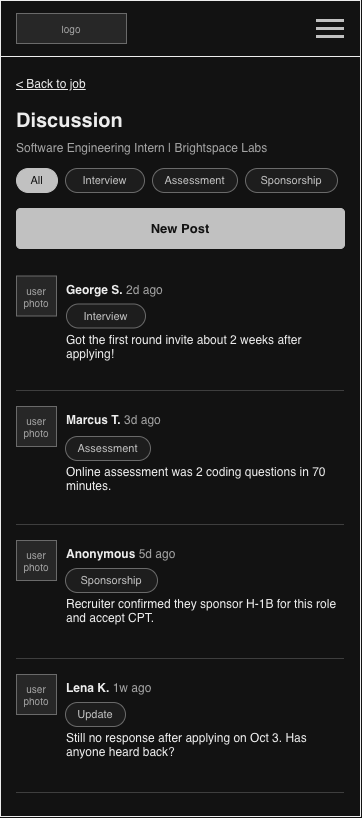
The draw.io diagram ux-design/wireframes-13-job-discussion.drawio.png in agile-students-fall2026/CareerHive, before a commit. Source tidied: cells renumbered, new cells last; positions are measured from the earlier drawing's top-left corner, leaving out a move shared by most shapes.
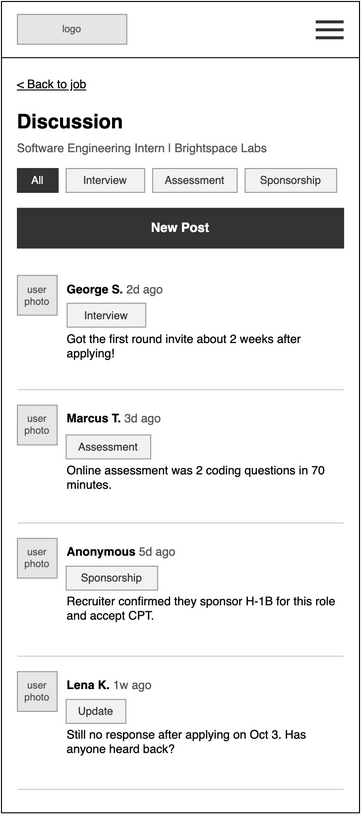
After the commit.

What changed in the source:
```diff
@@ -17,31 +17,31 @@
     <mxCell id="6" style="html=1;whiteSpace=wrap;fontFamily=Helvetica;rounded=0;fillColor=#333333;strokeColor=none;" parent="1" vertex="1">
       <mxGeometry x="316" y="35" width="28" height="3" as="geometry" />
     </mxCell>
-    <mxCell id="7" style="html=1;whiteSpace=wrap;fontFamily=Helvetica;fillColor=#000000;strokeColor=none;" parent="1" vertex="1">
+    <mxCell id="7" style="html=1;whiteSpace=wrap;fontFamily=Helvetica;fillColor=#000000;strokeColor=none;rounded=0;" parent="1" vertex="1">
       <mxGeometry y="56" width="360" height="1" as="geometry" />
     </mxCell>
-    <mxCell id="8" value="&amp;lt; Back to job" style="html=1;whiteSpace=wrap;fontFamily=Helvetica;text;strokeColor=none;fillColor=none;spacing=0;overflow=visible;fontSize=12;fontStyle=4;fontColor=#000000;align=left;verticalAlign=top;" parent="1" vertex="1">
+    <mxCell id="8" value="&amp;lt; Back to job" style="html=1;whiteSpace=wrap;fontFamily=Helvetica;text;strokeColor=none;fillColor=none;spacing=0;overflow=visible;fontSize=12;fontStyle=4;fontColor=#000000;align=left;verticalAlign=top;rounded=0;" parent="1" vertex="1">
       <mxGeometry x="16" y="72" width="200" height="16" as="geometry" />
     </mxCell>
-    <mxCell id="9" value="Discussion" style="html=1;whiteSpace=wrap;fontFamily=Helvetica;text;strokeColor=none;fillColor=none;spacing=0;overflow=visible;fontSize=20;fontStyle=1;fontColor=#000000;align=left;verticalAlign=top;" parent="1" vertex="1">
+    <mxCell id="9" value="Discussion" style="html=1;whiteSpace=wrap;fontFamily=Helvetica;text;strokeColor=none;fillColor=none;spacing=0;overflow=visible;fontSize=20;fontStyle=1;fontColor=#000000;align=left;verticalAlign=top;rounded=0;" parent="1" vertex="1">
       <mxGeometry x="16" y="104" width="328" height="28" as="geometry" />
     </mxCell>
-    <mxCell id="10" value="Software Engineering Intern | Brightspace Labs" style="html=1;whiteSpace=wrap;fontFamily=Helvetica;text;strokeColor=none;fillColor=none;spacing=0;overflow=visible;fontSize=12;fontStyle=0;fontColor=#555555;align=left;verticalAlign=top;" parent="1" vertex="1">
+    <mxCell id="10" value="Software Engineering Intern | Brightspace Labs" style="html=1;whiteSpace=wrap;fontFamily=Helvetica;text;strokeColor=none;fillColor=none;spacing=0;overflow=visible;fontSize=12;fontStyle=0;fontColor=#555555;align=left;verticalAlign=top;rounded=0;" parent="1" vertex="1">
       <mxGeometry x="16" y="136" width="328" height="16" as="geometry" />
     </mxCell>
-    <mxCell id="11" value="All" style="html=1;whiteSpace=wrap;fontFamily=Helvetica;rounded=1;arcSize=50;fontSize=11;fillColor=#333333;strokeColor=#333333;fontColor=#FFFFFF;" parent="1" vertex="1">
+    <mxCell id="11" value="All" style="html=1;whiteSpace=wrap;fontFamily=Helvetica;rounded=0;arcSize=0;fontSize=11;fillColor=#333333;strokeColor=#333333;fontColor=#FFFFFF;" parent="1" vertex="1">
       <mxGeometry x="16" y="168" width="41" height="24" as="geometry" />
     </mxCell>
-    <mxCell id="12" value="Interview" style="html=1;whiteSpace=wrap;fontFamily=Helvetica;rounded=1;arcSize=50;fontSize=11;fillColor=#F2F2F2;strokeColor=#999999;fontColor=#333333;" parent="1" vertex="1">
+    <mxCell id="12" value="Interview" style="html=1;whiteSpace=wrap;fontFamily=Helvetica;rounded=0;arcSize=0;fontSize=11;fillColor=#F2F2F2;strokeColor=#999999;fontColor=#333333;" parent="1" vertex="1">
       <mxGeometry x="65" y="168" width="79" height="24" as="geometry" />
     </mxCell>
-    <mxCell id="13" value="Assessment" style="html=1;whiteSpace=wrap;fontFamily=Helvetica;rounded=1;arcSize=50;fontSize=11;fillColor=#F2F2F2;strokeColor=#999999;fontColor=#333333;" parent="1" vertex="1">
+    <mxCell id="13" value="Assessment" style="html=1;whiteSpace=wrap;fontFamily=Helvetica;rounded=0;arcSize=0;fontSize=11;fillColor=#F2F2F2;strokeColor=#999999;fontColor=#333333;" parent="1" vertex="1">
       <mxGeometry x="152" y="168" width="85" height="24" as="geometry" />
     </mxCell>
-    <mxCell id="14" value="Sponsorship" style="html=1;whiteSpace=wrap;fontFamily=Helvetica;rounded=1;arcSize=50;fontSize=11;fillColor=#F2F2F2;strokeColor=#999999;fontColor=#333333;" parent="1" vertex="1">
+    <mxCell id="14" value="Sponsorship" style="html=1;whiteSpace=wrap;fontFamily=Helvetica;rounded=0;arcSize=0;fontSize=11;fillColor=#F2F2F2;strokeColor=#999999;fontColor=#333333;" parent="1" vertex="1">
       <mxGeometry x="245" y="168" width="92" height="24" as="geometry" />
     </mxCell>
-    <mxCell id="15" value="New Post" style="html=1;whiteSpace=wrap;fontFamily=Helvetica;rounded=1;arcSize=10;fontSize=13;fontStyle=1;fillColor=#333333;strokeColor=#333333;fontColor=#FFFFFF;" parent="1" vertex="1">
+    <mxCell id="15" value="New Post" style="html=1;whiteSpace=wrap;fontFamily=Helvetica;rounded=0;arcSize=0;fontSize=13;fontStyle=1;fillColor=#333333;strokeColor=#333333;fontColor=#FFFFFF;" parent="1" vertex="1">
       <mxGeometry x="16" y="208" width="328" height="40" as="geometry" />
     </mxCell>
     <mxCell id="16" style="html=1;whiteSpace=wrap;fontFamily=Helvetica;rounded=0;fillColor=#CCCCCC;strokeColor=none;" parent="1" vertex="1">
@@ -50,13 +50,13 @@
     <mxCell id="17" value="user photo" style="html=1;whiteSpace=wrap;fontFamily=Helvetica;rounded=0;fillColor=#E6E6E6;strokeColor=#999999;fontColor=#555555;fontSize=10;" parent="1" vertex="1">
       <mxGeometry x="16" y="406" width="40" height="40" as="geometry" />
     </mxCell>
-    <mxCell id="18" value="&lt;b&gt;Marcus T.&lt;/b&gt;&lt;font color=&quot;#555555&quot;&gt;&amp;nbsp;3d ago&lt;/font&gt;" style="html=1;whiteSpace=wrap;fontFamily=Helvetica;text;strokeColor=none;fillColor=none;spacing=0;overflow=visible;fontSize=12;fontStyle=0;fontColor=#000000;align=left;verticalAlign=top;" parent="1" vertex="1">
+    <mxCell id="18" value="&lt;b&gt;Marcus T.&lt;/b&gt;&lt;font color=&quot;#555555&quot;&gt;&amp;nbsp;3d ago&lt;/font&gt;" style="html=1;whiteSpace=wrap;fontFamily=Helvetica;text;strokeColor=none;fillColor=none;spacing=0;overflow=visible;fontSize=12;fontStyle=0;fontColor=#000000;align=left;verticalAlign=top;rounded=0;" parent="1" vertex="1">
       <mxGeometry x="66" y="408" width="200" height="16" as="geometry" />
     </mxCell>
-    <mxCell id="19" value="Assessment" style="html=1;whiteSpace=wrap;fontFamily=Helvetica;rounded=1;arcSize=50;fontSize=11;fillColor=#F2F2F2;strokeColor=#999999;fontColor=#333333;" parent="1" vertex="1">
+    <mxCell id="19" value="Assessment" style="html=1;whiteSpace=wrap;fontFamily=Helvetica;rounded=0;arcSize=0;fontSize=11;fillColor=#F2F2F2;strokeColor=#999999;fontColor=#333333;" parent="1" vertex="1">
       <mxGeometry x="65" y="436" width="85" height="24" as="geometry" />
     </mxCell>
-    <mxCell id="20" value="Online assessment was 2 coding questions in 70 minutes." style="html=1;whiteSpace=wrap;fontFamily=Helvetica;text;strokeColor=none;fillColor=none;spacing=0;overflow=visible;fontSize=12;fontStyle=0;fontColor=#000000;align=left;verticalAlign=top;" parent="1" vertex="1">
+    <mxCell id="20" value="Online assessment was 2 coding questions in 70 minutes." style="html=1;whiteSpace=wrap;fontFamily=Helvetica;text;strokeColor=none;fillColor=none;spacing=0;overflow=visible;fontSize=12;fontStyle=0;fontColor=#000000;align=left;verticalAlign=top;rounded=0;" parent="1" vertex="1">
       <mxGeometry x="66" y="460" width="278" height="54" as="geometry" />
     </mxCell>
     <mxCell id="21" style="html=1;whiteSpace=wrap;fontFamily=Helvetica;rounded=0;fillColor=#CCCCCC;strokeColor=none;" parent="1" vertex="1">
@@ -65,13 +65,13 @@
     <mxCell id="22" value="user photo" style="html=1;whiteSpace=wrap;fontFamily=Helvetica;rounded=0;fillColor=#E6E6E6;strokeColor=#999999;fontColor=#555555;fontSize=10;" parent="1" vertex="1">
       <mxGeometry x="16" y="540" width="40" height="40" as="geometry" />
     </mxCell>
-    <mxCell id="23" value="&lt;b&gt;Anonymous&lt;/b&gt;&lt;font color=&quot;#555555&quot;&gt;&amp;nbsp;5d ago&lt;/font&gt;" style="html=1;whiteSpace=wrap;fontFamily=Helvetica;text;strokeColor=none;fillColor=none;spacing=0;overflow=visible;fontSize=12;fontStyle=0;fontColor=#000000;align=left;verticalAlign=top;" parent="1" vertex="1">
+    <mxCell id="23" value="&lt;b&gt;Anonymous&lt;/b&gt;&lt;font color=&quot;#555555&quot;&gt;&amp;nbsp;5d ago&lt;/font&gt;" style="html=1;whiteSpace=wrap;fontFamily=Helvetica;text;strokeColor=none;fillColor=none;spacing=0;overflow=visible;fontSize=12;fontStyle=0;fontColor=#000000;align=left;verticalAlign=top;rounded=0;" parent="1" vertex="1">
       <mxGeometry x="66" y="542" width="200" height="16" as="geometry" />
     </mxCell>
-    <mxCell id="24" value="Sponsorship" style="html=1;whiteSpace=wrap;fontFamily=Helvetica;rounded=1;arcSize=50;fontSize=11;fillColor=#F2F2F2;strokeColor=#999999;fontColor=#333333;" parent="1" vertex="1">
+    <mxCell id="24" value="Sponsorship" style="html=1;whiteSpace=wrap;fontFamily=Helvetica;rounded=0;arcSize=0;fontSize=11;fillColor=#F2F2F2;strokeColor=#999999;fontColor=#333333;" parent="1" vertex="1">
       <mxGeometry x="65" y="568" width="92" height="24" as="geometry" />
     </mxCell>
-    <mxCell id="25" value="Recruiter confirmed they sponsor H-1B for this role and accept CPT." style="html=1;whiteSpace=wrap;fontFamily=Helvetica;text;strokeColor=none;fillColor=none;spacing=0;overflow=visible;fontSize=12;fontStyle=0;fontColor=#000000;align=left;verticalAlign=top;" parent="1" vertex="1">
+    <mxCell id="25" value="Recruiter confirmed they sponsor H-1B for this role and accept CPT." style="html=1;whiteSpace=wrap;fontFamily=Helvetica;text;strokeColor=none;fillColor=none;spacing=0;overflow=visible;fontSize=12;fontStyle=0;fontColor=#000000;align=left;verticalAlign=top;rounded=0;" parent="1" vertex="1">
       <mxGeometry x="66" y="592" width="278" height="54" as="geometry" />
     </mxCell>
     <mxCell id="26" style="html=1;whiteSpace=wrap;fontFamily=Helvetica;rounded=0;fillColor=#CCCCCC;strokeColor=none;" parent="1" vertex="1">
@@ -80,13 +80,13 @@
     <mxCell id="27" value="user photo" style="html=1;whiteSpace=wrap;fontFamily=Helvetica;rounded=0;fillColor=#E6E6E6;strokeColor=#999999;fontColor=#555555;fontSize=10;" parent="1" vertex="1">
       <mxGeometry x="16" y="674" width="40" height="40" as="geometry" />
     </mxCell>
-    <mxCell id="28" value="&lt;b&gt;Lena K.&lt;/b&gt; &lt;font color=&quot;#555555&quot;&gt;1w ago&lt;/font&gt;" style="html=1;whiteSpace=wrap;fontFamily=Helvetica;text;strokeColor=none;fillColor=none;spacing=0;overflow=visible;fontSize=12;fontStyle=0;fontColor=#000000;align=left;verticalAlign=top;" parent="1" vertex="1">
+    <mxCell id="28" value="&lt;b&gt;Lena K.&lt;/b&gt; &lt;font color=&quot;#555555&quot;&gt;1w ago&lt;/font&gt;" style="html=1;whiteSpace=wrap;fontFamily=Helvetica;text;strokeColor=none;fillColor=none;spacing=0;overflow=visible;fontSize=12;fontStyle=0;fontColor=#000000;align=left;verticalAlign=top;rounded=0;" parent="1" vertex="1">
       <mxGeometry x="66" y="676" width="200" height="16" as="geometry" />
     </mxCell>
-    <mxCell id="29" value="Update" style="html=1;whiteSpace=wrap;fontFamily=Helvetica;rounded=1;arcSize=50;fontSize=11;fillColor=#F2F2F2;strokeColor=#999999;fontColor=#333333;" parent="1" vertex="1">
+    <mxCell id="29" value="Update" style="html=1;whiteSpace=wrap;fontFamily=Helvetica;rounded=0;arcSize=0;fontSize=11;fillColor=#F2F2F2;strokeColor=#999999;fontColor=#333333;" parent="1" vertex="1">
       <mxGeometry x="65" y="702" width="60" height="24" as="geometry" />
     </mxCell>
-    <mxCell id="30" value="Still no response after applying on Oct 3. Has anyone heard back?" style="html=1;whiteSpace=wrap;fontFamily=Helvetica;text;strokeColor=none;fillColor=none;spacing=0;overflow=visible;fontSize=12;fontStyle=0;fontColor=#000000;align=left;verticalAlign=top;" parent="1" vertex="1">
+    <mxCell id="30" value="Still no response after applying on Oct 3. Has anyone heard back?" style="html=1;whiteSpace=wrap;fontFamily=Helvetica;text;strokeColor=none;fillColor=none;spacing=0;overflow=visible;fontSize=12;fontStyle=0;fontColor=#000000;align=left;verticalAlign=top;rounded=0;" parent="1" vertex="1">
       <mxGeometry x="66" y="726" width="278" height="54" as="geometry" />
     </mxCell>
     <mxCell id="31" style="html=1;whiteSpace=wrap;fontFamily=Helvetica;rounded=0;fillColor=#CCCCCC;strokeColor=none;" parent="1" vertex="1">
@@ -95,13 +95,13 @@
     <mxCell id="32" value="user photo" style="html=1;whiteSpace=wrap;fontFamily=Helvetica;rounded=0;fillColor=#E6E6E6;strokeColor=#999999;fontColor=#555555;fontSize=10;" parent="1" vertex="1">
       <mxGeometry x="16" y="275.5" width="40" height="40" as="geometry" />
     </mxCell>
-    <mxCell id="33" value="&lt;b&gt;George S.&lt;/b&gt; &lt;font color=&quot;#555555&quot;&gt;2d ago&lt;/font&gt;" style="html=1;whiteSpace=wrap;fontFamily=Helvetica;text;strokeColor=none;fillColor=none;spacing=0;overflow=visible;fontSize=12;fontStyle=0;fontColor=#000000;align=left;verticalAlign=top;" parent="1" vertex="1">
+    <mxCell id="33" value="&lt;b&gt;George S.&lt;/b&gt; &lt;font color=&quot;#555555&quot;&gt;2d ago&lt;/font&gt;" style="html=1;whiteSpace=wrap;fontFamily=Helvetica;text;strokeColor=none;fillColor=none;spacing=0;overflow=visible;fontSize=12;fontStyle=0;fontColor=#000000;align=left;verticalAlign=top;rounded=0;" parent="1" vertex="1">
       <mxGeometry x="66" y="277.5" width="200" height="16" as="geometry" />
     </mxCell>
-    <mxCell id="34" value="Interview" style="html=1;whiteSpace=wrap;fontFamily=Helvetica;rounded=1;arcSize=50;fontSize=11;fillColor=#F2F2F2;strokeColor=#999999;fontColor=#333333;" parent="1" vertex="1">
+    <mxCell id="34" value="Interview" style="html=1;whiteSpace=wrap;fontFamily=Helvetica;rounded=0;arcSize=0;fontSize=11;fillColor=#F2F2F2;strokeColor=#999999;fontColor=#333333;" parent="1" vertex="1">
       <mxGeometry x="66" y="303.5" width="79" height="24" as="geometry" />
     </mxCell>
-    <mxCell id="35" value="Got the first round invite about 2 weeks after applying!" style="html=1;whiteSpace=wrap;fontFamily=Helvetica;text;strokeColor=none;fillColor=none;spacing=0;overflow=visible;fontSize=12;fontStyle=0;fontColor=#000000;align=left;verticalAlign=top;" parent="1" vertex="1">
+    <mxCell id="35" value="Got the first round invite about 2 weeks after applying!" style="html=1;whiteSpace=wrap;fontFamily=Helvetica;text;strokeColor=none;fillColor=none;spacing=0;overflow=visible;fontSize=12;fontStyle=0;fontColor=#000000;align=left;verticalAlign=top;rounded=0;" parent="1" vertex="1">
       <mxGeometry x="66" y="327.5" width="278" height="36" as="geometry" />
     </mxCell>
   </root>
```
